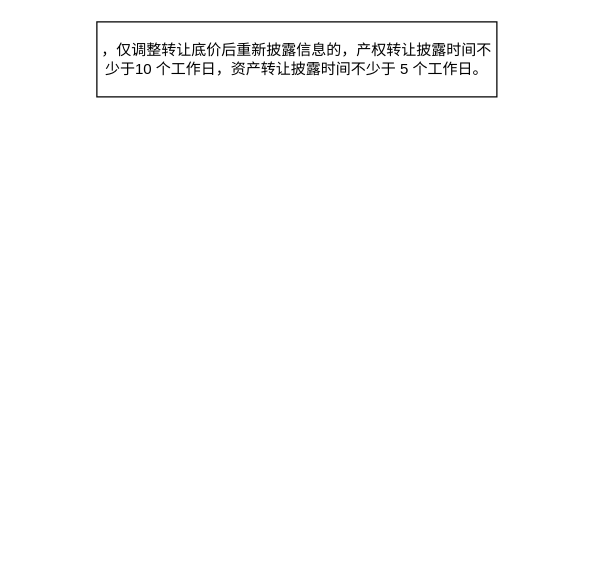
OMGTAN/study keeps this draw.io diagram as page "detail" (5 of 5) of biz/biz.dio. Above is the earlier version. Source tidied: cells renumbered, new cells numbered last; positions are measured from the earlier drawing's top-left corner, leaving out a move shared by most shapes. Both pictures are drawn from the tidied source at 125%, with x=0, y=0 at pixel (96, 21).
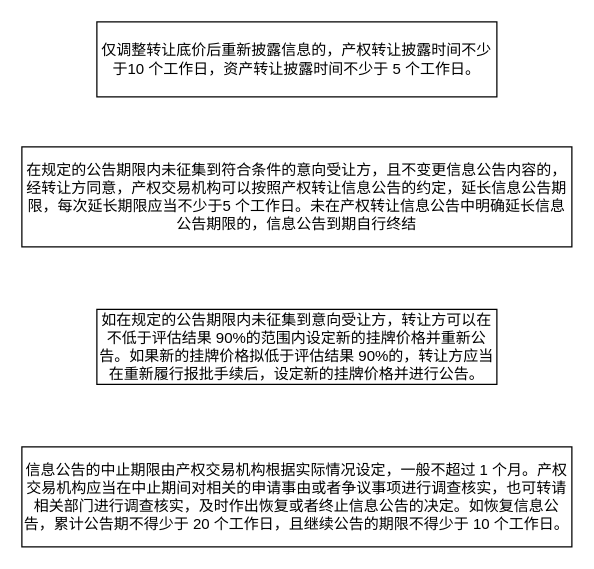
Above is the later version.

The edit, as a diff of the source:
```diff
@@
 <mxGraphModel>
   <root>
     <mxCell id="0" />
     <mxCell id="1" parent="0" />
-    <mxCell id="2" value="，仅调整转让底价后重新披露信息的，产权转让披露时间不少于10 个工作日，资产转让披露时间不少于 5 个工作日。" style="rounded=0;whiteSpace=wrap;html=1;" parent="1" vertex="1">
+    <mxCell id="2" value="仅调整转让底价后重新披露信息的，产权转让披露时间不少于10 个工作日，资产转让披露时间不少于 5 个工作日。" style="rounded=0;whiteSpace=wrap;html=1;" parent="1" vertex="1">
       <mxGeometry width="320" height="60" as="geometry" />
     </mxCell>
+    <mxCell id="3" value="在规定的公告期限内未征集到符合条件的意向受让方，且不变更信息公告内容的，经转让方同意，产权交易机构可以按照产权转让信息公告的约定，延长信息公告期限，每次延长期限应当不少于5 个工作日。未在产权转让信息公告中明确延长信息公告期限的，信息公告到期自行终结" style="rounded=0;whiteSpace=wrap;html=1;" parent="1" vertex="1">
+      <mxGeometry x="-60" y="100" width="440" height="80" as="geometry" />
+    </mxCell>
+    <mxCell id="4" value="如在规定的公告期限内未征集到意向受让方，转让方可以在不低于评估结果 90%的范围内设定新的挂牌价格并重新公告。如果新的挂牌价格拟低于评估结果 90%的，转让方应当在重新履行报批手续后，设定新的挂牌价格并进行公告。" style="rounded=0;whiteSpace=wrap;html=1;" parent="1" vertex="1">
+      <mxGeometry y="230" width="320" height="60" as="geometry" />
+    </mxCell>
+    <mxCell id="5" value="信息公告的中止期限由产权交易机构根据实际情况设定，一般不超过 1 个月。产权交易机构应当在中止期间对相关的申请事由或者争议事项进行调查核实，也可转请相关部门进行调查核实，及时作出恢复或者终止信息公告的决定。如恢复信息公告，累计公告期不得少于 20 个工作日，且继续公告的期限不得少于 10 个工作日。" style="rounded=0;whiteSpace=wrap;html=1;" parent="1" vertex="1">
+      <mxGeometry x="-60" y="340" width="440" height="80" as="geometry" />
+    </mxCell>
   </root>
 </mxGraphModel>
```
